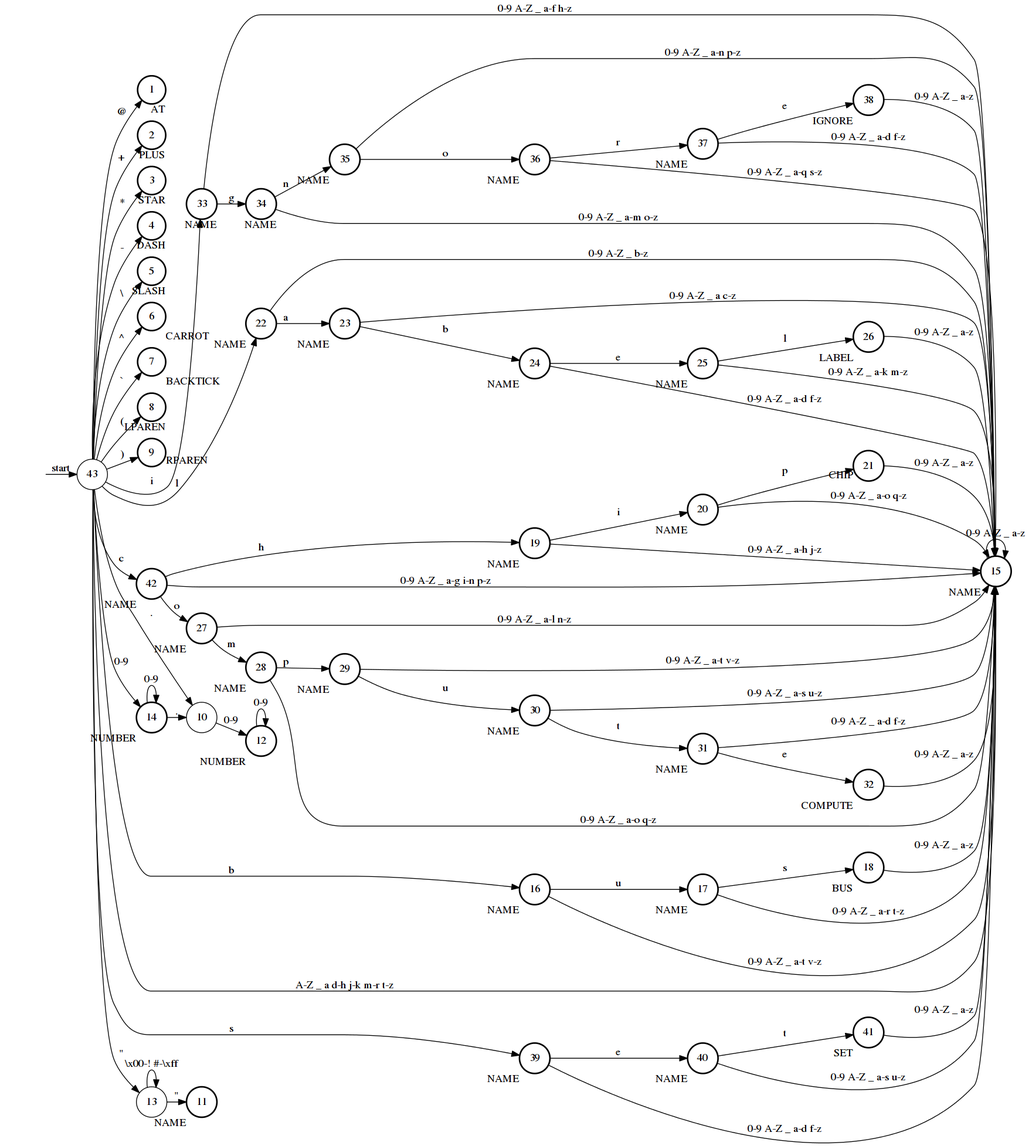
Above: hackthology/content/images/dfa.png in timtadh/hackthology (Graphviz), before the change. Its source is kept beside it as hackthology/content/images/dfa.dot.
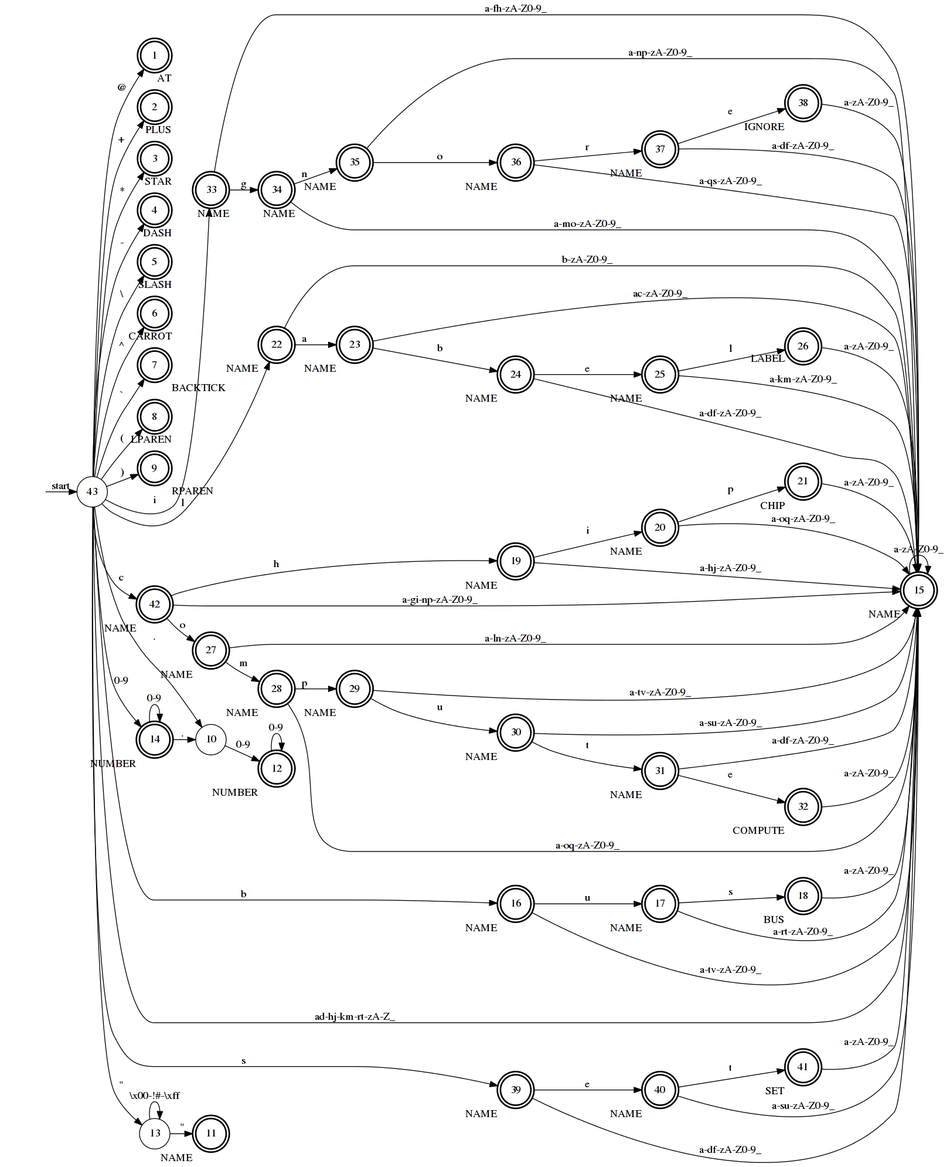
The same diagram one commit later.

What changed in the source:
```diff
@@ -5,118 +5,118 @@
 node [shape=circle]
 start [shape="none", label=""]
 start -> 43 [label=start]
-1 [style=bold, xlabel="AT"]
-2 [style=bold, xlabel="PLUS"]
-3 [style=bold, xlabel="STAR"]
-4 [style=bold, xlabel="DASH"]
-5 [style=bold, xlabel="SLASH"]
-6 [style=bold, xlabel="CARROT"]
-7 [style=bold, xlabel="BACKTICK"]
-8 [style=bold, xlabel="LPAREN"]
-9 [style=bold, xlabel="RPAREN"]
-18 [style=bold, xlabel="BUS"]
-21 [style=bold, xlabel="CHIP"]
-26 [style=bold, xlabel="LABEL"]
-32 [style=bold, xlabel="COMPUTE"]
-38 [style=bold, xlabel="IGNORE"]
-41 [style=bold, xlabel="SET"]
-14 [style=bold, xlabel="NUMBER"]
-12 [style=bold, xlabel="NUMBER"]
-37 [style=bold, xlabel="NAME"]
-35 [style=bold, xlabel="NAME"]
-36 [style=bold, xlabel="NAME"]
-33 [style=bold, xlabel="NAME"]
-34 [style=bold, xlabel="NAME"]
-30 [style=bold, xlabel="NAME"]
-31 [style=bold, xlabel="NAME"]
-28 [style=bold, xlabel="NAME"]
-29 [style=bold, xlabel="NAME"]
-27 [style=bold, xlabel="NAME"]
-24 [style=bold, xlabel="NAME"]
-25 [style=bold, xlabel="NAME"]
-22 [style=bold, xlabel="NAME"]
-23 [style=bold, xlabel="NAME"]
-19 [style=bold, xlabel="NAME"]
-20 [style=bold, xlabel="NAME"]
-17 [style=bold, xlabel="NAME"]
-42 [style=bold, xlabel="NAME"]
-40 [style=bold, xlabel="NAME"]
-16 [style=bold, xlabel="NAME"]
-15 [style=bold, xlabel="NAME"]
-39 [style=bold, xlabel="NAME"]
-11 [style=bold, xlabel="NAME"]
+1 [style=bold, peripheries=2, xlabel="AT"]
+2 [style=bold, peripheries=2, xlabel="PLUS"]
+3 [style=bold, peripheries=2, xlabel="STAR"]
+4 [style=bold, peripheries=2, xlabel="DASH"]
+5 [style=bold, peripheries=2, xlabel="SLASH"]
+6 [style=bold, peripheries=2, xlabel="CARROT"]
+7 [style=bold, peripheries=2, xlabel="BACKTICK"]
+8 [style=bold, peripheries=2, xlabel="LPAREN"]
+9 [style=bold, peripheries=2, xlabel="RPAREN"]
+18 [style=bold, peripheries=2, xlabel="BUS"]
+21 [style=bold, peripheries=2, xlabel="CHIP"]
+26 [style=bold, peripheries=2, xlabel="LABEL"]
+32 [style=bold, peripheries=2, xlabel="COMPUTE"]
+38 [style=bold, peripheries=2, xlabel="IGNORE"]
+41 [style=bold, peripheries=2, xlabel="SET"]
+14 [style=bold, peripheries=2, xlabel="NUMBER"]
+12 [style=bold, peripheries=2, xlabel="NUMBER"]
+37 [style=bold, peripheries=2, xlabel="NAME"]
+35 [style=bold, peripheries=2, xlabel="NAME"]
+36 [style=bold, peripheries=2, xlabel="NAME"]
+33 [style=bold, peripheries=2, xlabel="NAME"]
+34 [style=bold, peripheries=2, xlabel="NAME"]
+30 [style=bold, peripheries=2, xlabel="NAME"]
+31 [style=bold, peripheries=2, xlabel="NAME"]
+28 [style=bold, peripheries=2, xlabel="NAME"]
+29 [style=bold, peripheries=2, xlabel="NAME"]
+27 [style=bold, peripheries=2, xlabel="NAME"]
+24 [style=bold, peripheries=2, xlabel="NAME"]
+25 [style=bold, peripheries=2, xlabel="NAME"]
+22 [style=bold, peripheries=2, xlabel="NAME"]
+23 [style=bold, peripheries=2, xlabel="NAME"]
+19 [style=bold, peripheries=2, xlabel="NAME"]
+20 [style=bold, peripheries=2, xlabel="NAME"]
+17 [style=bold, peripheries=2, xlabel="NAME"]
+42 [style=bold, peripheries=2, xlabel="NAME"]
+40 [style=bold, peripheries=2, xlabel="NAME"]
+16 [style=bold, peripheries=2, xlabel="NAME"]
+15 [style=bold, peripheries=2, xlabel="NAME"]
+39 [style=bold, peripheries=2, xlabel="NAME"]
+11 [style=bold, peripheries=2, xlabel="NAME"]
 10 -> 12 [label="0-9"]
 12 -> 12 [label="0-9"]
-13 -> 11 [label=<">]
-13 -> 13 [label="\\x00-! #-\\xff"]
+13 -> 13 [label="\\x00-!#-\\xff"]
+13 -> 11 [label="\""]
 14 -> 10 [label="."]
 14 -> 14 [label="0-9"]
-15 -> 15 [label="0-9 A-Z _ a-z"]
-16 -> 15 [label="0-9 A-Z _ a-t v-z"]
+15 -> 15 [label="a-zA-Z0-9_"]
+16 -> 15 [label="a-tv-zA-Z0-9_"]
 16 -> 17 [label="u"]
-17 -> 15 [label="0-9 A-Z _ a-r t-z"]
+17 -> 15 [label="a-rt-zA-Z0-9_"]
 17 -> 18 [label="s"]
-18 -> 15 [label="0-9 A-Z _ a-z"]
-19 -> 15 [label="0-9 A-Z _ a-h j-z"]
+18 -> 15 [label="a-zA-Z0-9_"]
+19 -> 15 [label="a-hj-zA-Z0-9_"]
 19 -> 20 [label="i"]
-20 -> 15 [label="0-9 A-Z _ a-o q-z"]
+20 -> 15 [label="a-oq-zA-Z0-9_"]
 20 -> 21 [label="p"]
-21 -> 15 [label="0-9 A-Z _ a-z"]
+21 -> 15 [label="a-zA-Z0-9_"]
+22 -> 15 [label="b-zA-Z0-9_"]
 22 -> 23 [label="a"]
-22 -> 15 [label="0-9 A-Z _ b-z"]
-23 -> 15 [label="0-9 A-Z _ a c-z"]
+23 -> 15 [label="ac-zA-Z0-9_"]
 23 -> 24 [label="b"]
-24 -> 15 [label="0-9 A-Z _ a-d f-z"]
 24 -> 25 [label="e"]
+24 -> 15 [label="a-df-zA-Z0-9_"]
+25 -> 15 [label="a-km-zA-Z0-9_"]
 25 -> 26 [label="l"]
-25 -> 15 [label="0-9 A-Z _ a-k m-z"]
-26 -> 15 [label="0-9 A-Z _ a-z"]
-27 -> 15 [label="0-9 A-Z _ a-l n-z"]
+26 -> 15 [label="a-zA-Z0-9_"]
+27 -> 15 [label="a-ln-zA-Z0-9_"]
 27 -> 28 [label="m"]
-28 -> 15 [label="0-9 A-Z _ a-o q-z"]
+28 -> 15 [label="a-oq-zA-Z0-9_"]
 28 -> 29 [label="p"]
-29 -> 15 [label="0-9 A-Z _ a-t v-z"]
+29 -> 15 [label="a-tv-zA-Z0-9_"]
 29 -> 30 [label="u"]
-30 -> 15 [label="0-9 A-Z _ a-s u-z"]
+30 -> 15 [label="a-su-zA-Z0-9_"]
 30 -> 31 [label="t"]
-31 -> 15 [label="0-9 A-Z _ a-d f-z"]
 31 -> 32 [label="e"]
-32 -> 15 [label="0-9 A-Z _ a-z"]
-33 -> 15 [label="0-9 A-Z _ a-f h-z"]
+31 -> 15 [label="a-df-zA-Z0-9_"]
+32 -> 15 [label="a-zA-Z0-9_"]
+33 -> 15 [label="a-fh-zA-Z0-9_"]
 33 -> 34 [label="g"]
+34 -> 15 [label="a-mo-zA-Z0-9_"]
 34 -> 35 [label="n"]
-34 -> 15 [label="0-9 A-Z _ a-m o-z"]
-35 -> 15 [label="0-9 A-Z _ a-n p-z"]
+35 -> 15 [label="a-np-zA-Z0-9_"]
 35 -> 36 [label="o"]
-36 -> 15 [label="0-9 A-Z _ a-q s-z"]
+36 -> 15 [label="a-qs-zA-Z0-9_"]
 36 -> 37 [label="r"]
-37 -> 15 [label="0-9 A-Z _ a-d f-z"]
 37 -> 38 [label="e"]
-38 -> 15 [label="0-9 A-Z _ a-z"]
-39 -> 15 [label="0-9 A-Z _ a-d f-z"]
+37 -> 15 [label="a-df-zA-Z0-9_"]
+38 -> 15 [label="a-zA-Z0-9_"]
+39 -> 15 [label="a-df-zA-Z0-9_"]
 39 -> 40 [label="e"]
-40 -> 15 [label="0-9 A-Z _ a-s u-z"]
+40 -> 15 [label="a-su-zA-Z0-9_"]
 40 -> 41 [label="t"]
-41 -> 15 [label="0-9 A-Z _ a-z"]
-42 -> 15 [label="0-9 A-Z _ a-g i-n p-z"]
+41 -> 15 [label="a-zA-Z0-9_"]
+42 -> 27 [label="o"]
+42 -> 15 [label="a-gi-np-zA-Z0-9_"]
 42 -> 19 [label="h"]
-42 -> 27 [label="o"]
-43 -> 15 [label="A-Z _ a d-h j-k m-r t-z"]
+43 -> 13 [label="\""]
+43 -> 10 [label="."]
+43 -> 8 [label="("]
+43 -> 1 [label="@"]
+43 -> 6 [label="^"]
+43 -> 33 [label="i"]
+43 -> 2 [label="+"]
+43 -> 4 [label="-"]
+43 -> 14 [label="0-9"]
+43 -> 5 [label=<\\>]
+43 -> 42 [label="c"]
+43 -> 22 [label="l"]
+43 -> 39 [label="s"]
+43 -> 9 [label=")"]
+43 -> 3 [label="*"]
+43 -> 15 [label="ad-hj-km-rt-zA-Z_"]
 43 -> 7 [label="`"]
 43 -> 16 [label="b"]
-43 -> 22 [label="l"]
-43 -> 8 [label="("]
-43 -> 9 [label=")"]
-43 -> 2 [label="+"]
-43 -> 1 [label="@"]
-43 -> 4 [label="-"]
-43 -> 5 [label=<\\>]
-43 -> 6 [label="^"]
-43 -> 42 [label="c"]
-43 -> 33 [label="i"]
-43 -> 39 [label="s"]
-43 -> 13 [label=<">]
-43 -> 3 [label="*"]
-43 -> 10 [label="."]
-43 -> 14 [label="0-9"]
 }
```
